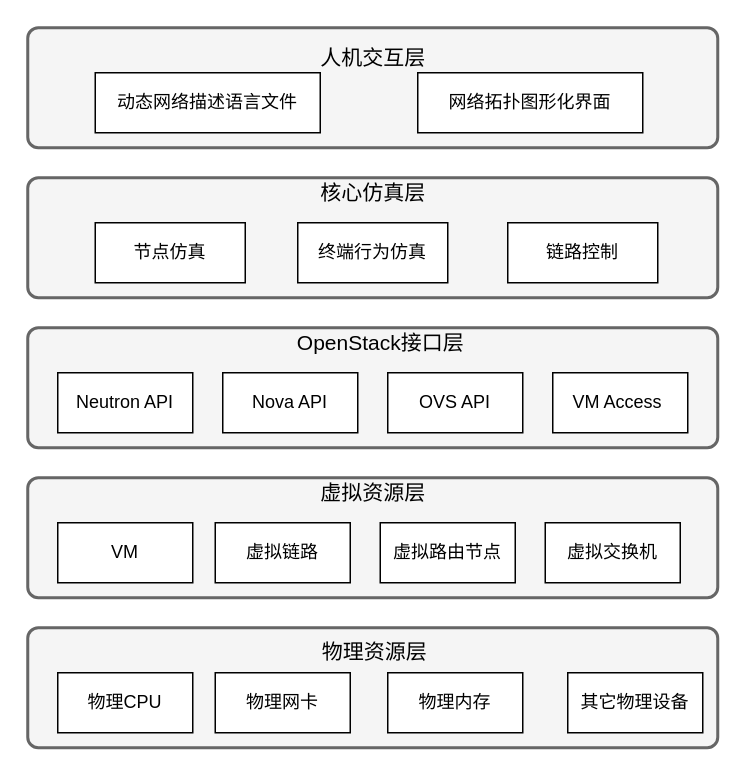
The draw.io diagram page "逻辑架构" (5 of 8) of 网络仿真系统.drawio in Icarus1994/neutron_conf, before the edit. Source tidied: cells renumbered, new cells numbered last; positions are measured from the earlier drawing's top-left corner, leaving out a move shared by most shapes. Both pictures are drawn from the tidied source at 150%, with x=0, y=0 at pixel (27, 27).
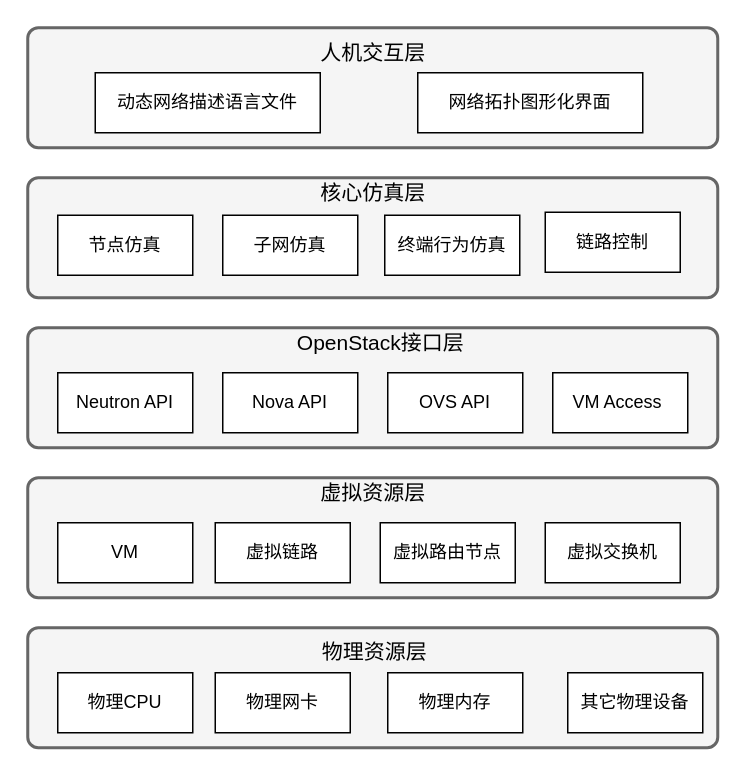
The same diagram, later.

Commit message:
Update 网络仿真系统.drawio

The edit, as a diff of the source:
```diff
@@
     <mxCell id="6" value="节点仿真" style="rounded=0;whiteSpace=wrap;html=1;" parent="1" vertex="1">
-      <mxGeometry x="45" y="130" width="100" height="40" as="geometry" />
+      <mxGeometry x="20" y="125" width="90" height="40" as="geometry" />
     </mxCell>
     <mxCell id="7" value="终端行为仿真" style="rounded=0;whiteSpace=wrap;html=1;" parent="1" vertex="1">
-      <mxGeometry x="180" y="130" width="100" height="40" as="geometry" />
+      <mxGeometry x="238" y="125" width="90" height="40" as="geometry" />
     </mxCell>
     <mxCell id="8" value="链路控制" style="rounded=0;whiteSpace=wrap;html=1;" parent="1" vertex="1">
-      <mxGeometry x="320" y="130" width="100" height="40" as="geometry" />
+      <mxGeometry x="345" y="123" width="90" height="40" as="geometry" />
     </mxCell>
@@
     <mxCell id="24" value="&lt;span style=&quot;font-size: 14px&quot;&gt;人机交互层&lt;/span&gt;" style="text;html=1;align=center;verticalAlign=middle;fontSize=14;" parent="1" vertex="1">
-      <mxGeometry x="190" y="9" width="80" height="21" as="geometry" />
+      <mxGeometry x="190" y="6" width="80" height="21" as="geometry" />
     </mxCell>
@@
+    <mxCell id="29" value="子网仿真" style="rounded=0;whiteSpace=wrap;html=1;" parent="1" vertex="1">
+      <mxGeometry x="130" y="125" width="90" height="40" as="geometry" />
+    </mxCell>
```
